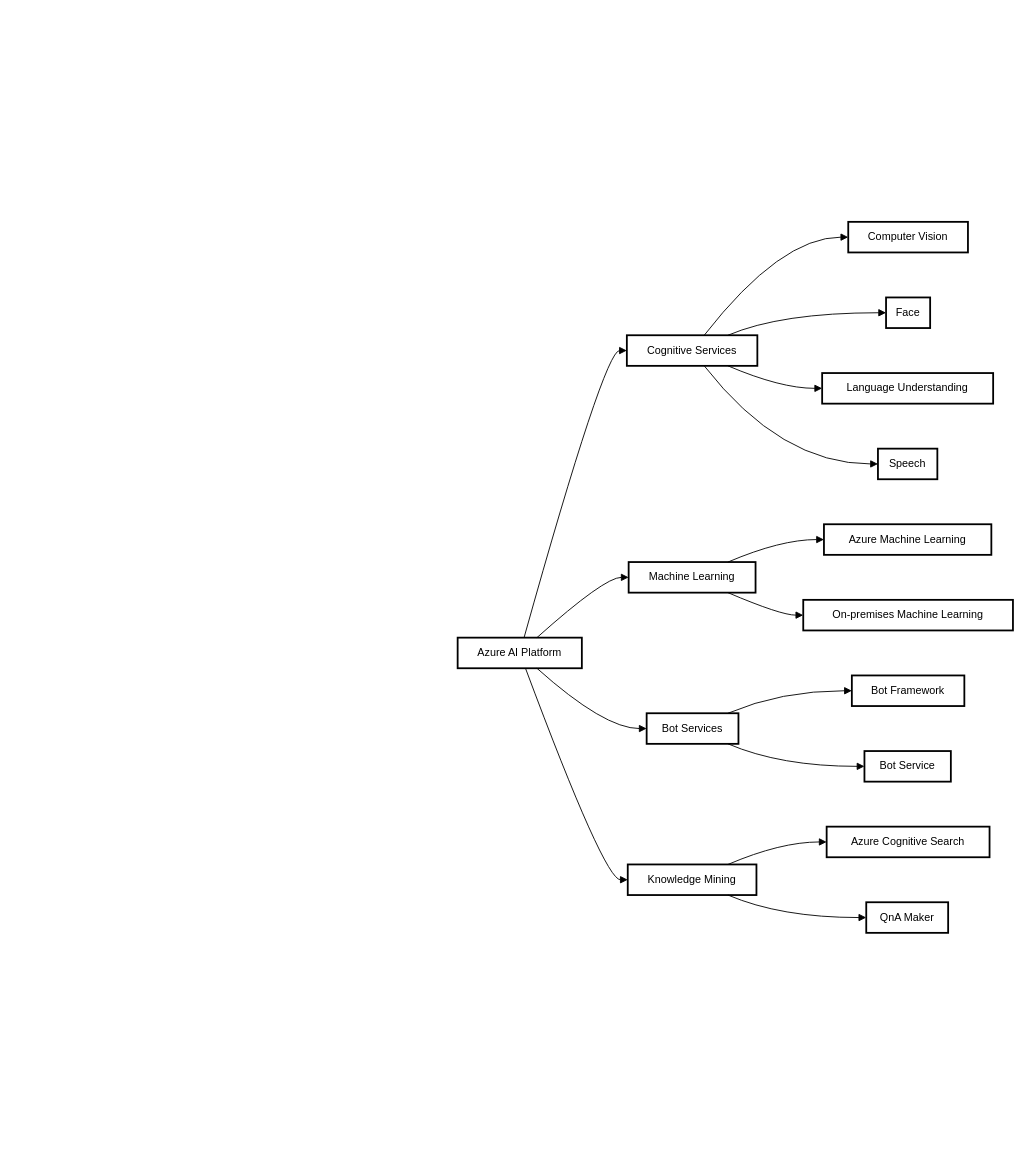
Above: Azure Ai services.drawio in nmaia19/azure-ai (draw.io), before the change. Source tidied: cells renumbered, new cells numbered last; positions are measured from the earlier drawing's top-left corner, leaving out a move shared by most shapes. Both pictures are drawn from the tidied source at 90%, with x=0, y=0 at pixel (457, 221).
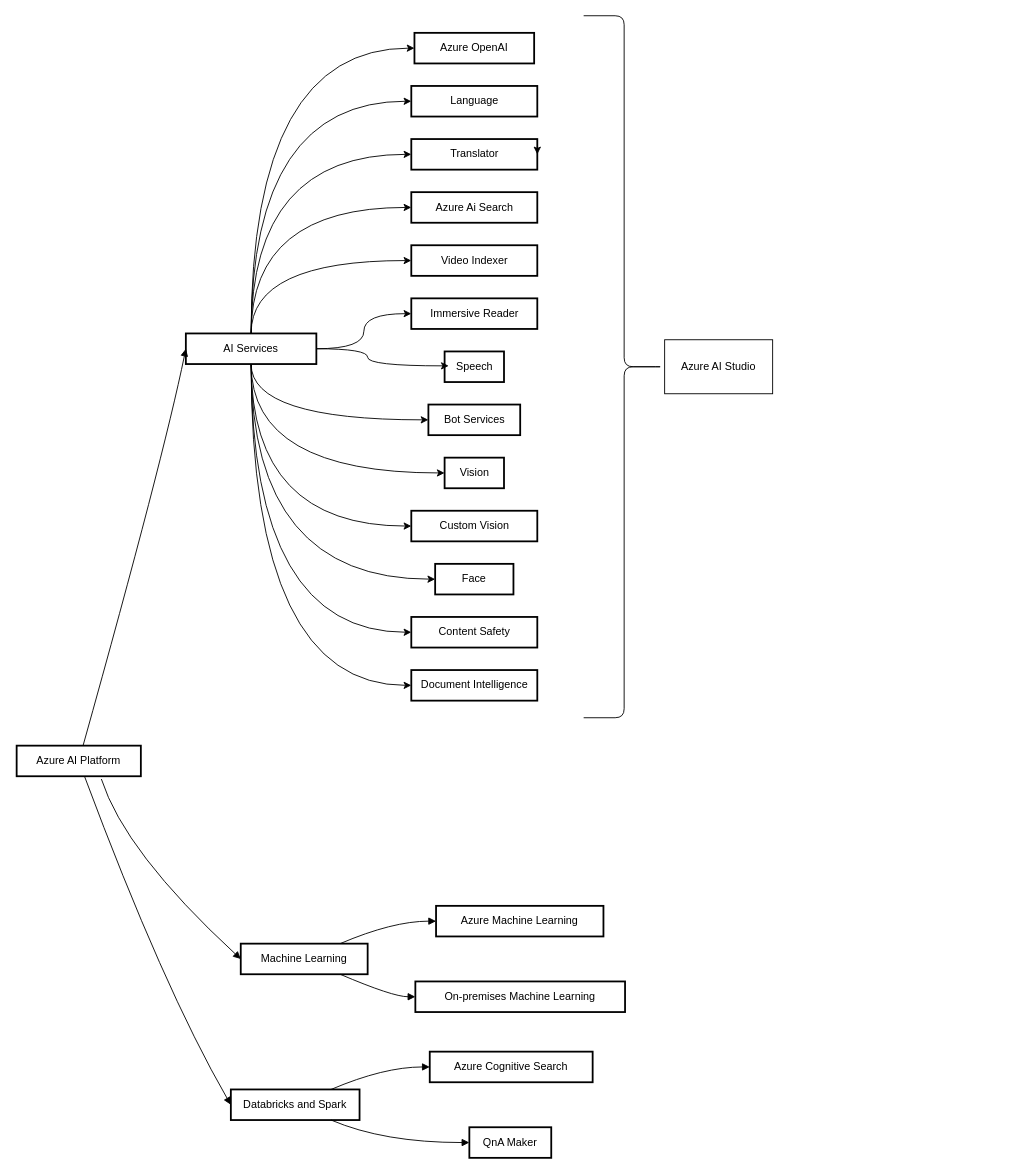
The same page after the edit.

Diff of the diagram source:
```diff
@@
     <mxCell id="2" value="Azure AI Platform" style="whiteSpace=wrap;strokeWidth=2;" parent="1" vertex="1">
-      <mxGeometry y="462" width="138" height="34" as="geometry" />
+      <mxGeometry x="-490" y="582" width="138" height="34" as="geometry" />
     </mxCell>
+    <mxCell id="31" style="edgeStyle=orthogonalEdgeStyle;rounded=0;jettySize=auto;html=1;exitX=0.5;exitY=1;exitDx=0;exitDy=0;entryX=0;entryY=0.5;entryDx=0;entryDy=0;curved=1;" parent="1" edge="1" source="3" target="5">
+      <mxGeometry relative="1" as="geometry" />
+    </mxCell>
+    <mxCell id="32" style="edgeStyle=orthogonalEdgeStyle;rounded=0;jettySize=auto;html=1;entryX=0;entryY=0.5;entryDx=0;entryDy=0;exitX=0.5;exitY=1;exitDx=0;exitDy=0;curved=1;" parent="1" edge="1" source="3" target="45">
+      <mxGeometry relative="1" as="geometry" />
+    </mxCell>
+    <mxCell id="33" style="edgeStyle=orthogonalEdgeStyle;rounded=0;jettySize=auto;html=1;entryX=0;entryY=0.5;entryDx=0;entryDy=0;exitX=0.5;exitY=1;exitDx=0;exitDy=0;curved=1;" parent="1" edge="1" source="3" target="44">
+      <mxGeometry relative="1" as="geometry" />
+    </mxCell>
+    <mxCell id="34" style="edgeStyle=orthogonalEdgeStyle;rounded=0;jettySize=auto;html=1;entryX=0;entryY=0.5;entryDx=0;entryDy=0;exitX=0.5;exitY=1;exitDx=0;exitDy=0;curved=1;" parent="1" edge="1" source="3" target="43">
+      <mxGeometry relative="1" as="geometry" />
+    </mxCell>
+    <mxCell id="35" style="edgeStyle=orthogonalEdgeStyle;rounded=0;jettySize=auto;html=1;entryX=0;entryY=0.5;entryDx=0;entryDy=0;exitX=0.5;exitY=1;exitDx=0;exitDy=0;curved=1;" parent="1" edge="1" source="3" target="42">
+      <mxGeometry relative="1" as="geometry" />
+    </mxCell>
+    <mxCell id="36" style="edgeStyle=orthogonalEdgeStyle;rounded=0;jettySize=auto;html=1;entryX=0;entryY=0.5;entryDx=0;entryDy=0;exitX=0.5;exitY=1;exitDx=0;exitDy=0;curved=1;" parent="1" edge="1" source="3" target="41">
+      <mxGeometry relative="1" as="geometry" />
+    </mxCell>
+    <mxCell id="37" style="edgeStyle=orthogonalEdgeStyle;rounded=0;jettySize=auto;html=1;entryX=0;entryY=0.5;entryDx=0;entryDy=0;curved=1;" parent="1" edge="1" source="3" target="48">
+      <mxGeometry relative="1" as="geometry" />
+    </mxCell>
+    <mxCell id="38" style="edgeStyle=orthogonalEdgeStyle;rounded=0;jettySize=auto;html=1;entryX=0;entryY=0.5;entryDx=0;entryDy=0;curved=1;exitX=0.5;exitY=0;exitDx=0;exitDy=0;" parent="1" edge="1" source="3" target="47">
+      <mxGeometry relative="1" as="geometry" />
+    </mxCell>
+    <mxCell id="39" style="edgeStyle=orthogonalEdgeStyle;rounded=0;jettySize=auto;html=1;entryX=0;entryY=0.5;entryDx=0;entryDy=0;exitX=0.5;exitY=0;exitDx=0;exitDy=0;curved=1;" parent="1" edge="1" source="3" target="46">
+      <mxGeometry relative="1" as="geometry" />
+    </mxCell>
+    <mxCell id="23" style="edgeStyle=orthogonalEdgeStyle;rounded=0;jettySize=auto;html=1;entryX=0;entryY=0.5;entryDx=0;entryDy=0;exitX=0.5;exitY=0;exitDx=0;exitDy=0;curved=1;" parent="1" edge="1" source="3" target="9">
+      <mxGeometry relative="1" as="geometry" />
+    </mxCell>
+    <mxCell id="22" style="edgeStyle=orthogonalEdgeStyle;rounded=0;jettySize=auto;html=1;entryX=0;entryY=0.5;entryDx=0;entryDy=0;exitX=0.5;exitY=0;exitDx=0;exitDy=0;curved=1;" parent="1" edge="1" source="3" target="8">
+      <mxGeometry relative="1" as="geometry" />
+    </mxCell>
+    <mxCell id="21" style="edgeStyle=orthogonalEdgeStyle;rounded=0;jettySize=auto;html=1;entryX=0;entryY=0.5;entryDx=0;entryDy=0;exitX=0.5;exitY=0;exitDx=0;exitDy=0;curved=1;" parent="1" edge="1" source="3" target="7">
+      <mxGeometry relative="1" as="geometry" />
+    </mxCell>
-    <mxCell id="3" value="Cognitive Services" style="whiteSpace=wrap;strokeWidth=2;" parent="1" vertex="1">
-      <mxGeometry x="188" y="126" width="145" height="34" as="geometry" />
+    <mxCell id="3" value="AI Services" style="whiteSpace=wrap;strokeWidth=2;" parent="1" vertex="1">
+      <mxGeometry x="-302" y="124" width="145" height="34" as="geometry" />
     </mxCell>
     <mxCell id="4" value="Machine Learning" style="whiteSpace=wrap;strokeWidth=2;" parent="1" vertex="1">
-      <mxGeometry x="190" y="378" width="141" height="34" as="geometry" />
+      <mxGeometry x="-241" y="802" width="141" height="34" as="geometry" />
     </mxCell>
     <mxCell id="5" value="Bot Services" style="whiteSpace=wrap;strokeWidth=2;" parent="1" vertex="1">
-      <mxGeometry x="210" y="546" width="102" height="34" as="geometry" />
+      <mxGeometry x="-32.5" y="203" width="102" height="34" as="geometry" />
     </mxCell>
-    <mxCell id="6" value="Knowledge Mining" style="whiteSpace=wrap;strokeWidth=2;" parent="1" vertex="1">
-      <mxGeometry x="189" y="714" width="143" height="34" as="geometry" />
+    <mxCell id="6" value="Databricks and Spark" style="whiteSpace=wrap;strokeWidth=2;" parent="1" vertex="1">
+      <mxGeometry x="-252" y="964" width="143" height="34" as="geometry" />
     </mxCell>
-    <mxCell id="7" value="Computer Vision" style="whiteSpace=wrap;strokeWidth=2;" parent="1" vertex="1">
-      <mxGeometry x="434" width="133" height="34" as="geometry" />
+    <mxCell id="7" value="Azure OpenAI" style="whiteSpace=wrap;strokeWidth=2;" parent="1" vertex="1">
+      <mxGeometry x="-48" y="-210" width="133" height="34" as="geometry" />
     </mxCell>
-    <mxCell id="8" value="Face" style="whiteSpace=wrap;strokeWidth=2;" parent="1" vertex="1">
-      <mxGeometry x="476" y="84" width="49" height="34" as="geometry" />
+    <mxCell id="8" value="Language" style="whiteSpace=wrap;strokeWidth=2;" parent="1" vertex="1">
+      <mxGeometry x="-51.5" y="-151" width="140" height="34" as="geometry" />
     </mxCell>
-    <mxCell id="9" value="Language Understanding" style="whiteSpace=wrap;strokeWidth=2;" parent="1" vertex="1">
-      <mxGeometry x="405" y="168" width="190" height="34" as="geometry" />
+    <mxCell id="9" value="Translator" style="whiteSpace=wrap;strokeWidth=2;" parent="1" vertex="1">
+      <mxGeometry x="-51.5" y="-92" width="140" height="34" as="geometry" />
     </mxCell>
     <mxCell id="10" value="Speech" style="whiteSpace=wrap;strokeWidth=2;" parent="1" vertex="1">
-      <mxGeometry x="467" y="252" width="66" height="34" as="geometry" />
+      <mxGeometry x="-14.5" y="144" width="66" height="34" as="geometry" />
     </mxCell>
     <mxCell id="11" value="Azure Machine Learning" style="whiteSpace=wrap;strokeWidth=2;" parent="1" vertex="1">
-      <mxGeometry x="407" y="336" width="186" height="34" as="geometry" />
+      <mxGeometry x="-24" y="760" width="186" height="34" as="geometry" />
     </mxCell>
     <mxCell id="12" value="On-premises Machine Learning" style="whiteSpace=wrap;strokeWidth=2;" parent="1" vertex="1">
-      <mxGeometry x="384" y="420" width="233" height="34" as="geometry" />
+      <mxGeometry x="-47" y="844" width="233" height="34" as="geometry" />
     </mxCell>
-    <mxCell id="13" value="Bot Framework" style="whiteSpace=wrap;strokeWidth=2;" parent="1" vertex="1">
-      <mxGeometry x="438" y="504" width="125" height="34" as="geometry" />
-    </mxCell>
-    <mxCell id="14" value="Bot Service" style="whiteSpace=wrap;strokeWidth=2;" parent="1" vertex="1">
-      <mxGeometry x="452" y="588" width="96" height="34" as="geometry" />
-    </mxCell>
     <mxCell id="15" value="Azure Cognitive Search" style="whiteSpace=wrap;strokeWidth=2;" parent="1" vertex="1">
-      <mxGeometry x="410" y="672" width="181" height="34" as="geometry" />
+      <mxGeometry x="-31" y="922" width="181" height="34" as="geometry" />
     </mxCell>
     <mxCell id="16" value="QnA Maker" style="whiteSpace=wrap;strokeWidth=2;" parent="1" vertex="1">
-      <mxGeometry x="454" y="756" width="91" height="34" as="geometry" />
+      <mxGeometry x="13" y="1006" width="91" height="34" as="geometry" />
     </mxCell>
     <mxCell id="17" style="curved=1;startArrow=none;endArrow=block;exitX=0.5346715912644496;exitY=0;entryX=0.0003771551724137931;entryY=0.5;" parent="1" edge="1" source="2" target="3">
       <mxGeometry relative="1" as="geometry">
         <Array as="points">
-          <mxPoint x="163" y="143" />
+          <mxPoint x="-327" y="263" />
         </Array>
       </mxGeometry>
     </mxCell>
-    <mxCell id="18" style="curved=1;startArrow=none;endArrow=block;exitX=0.6380919357099724;exitY=0;entryX=0.002714982269503546;entryY=0.5;" parent="1" edge="1" source="2" target="4">
+    <mxCell id="18" style="curved=1;startArrow=none;endArrow=block;exitX=0.682;exitY=1.09;entryX=0.002714982269503546;entryY=0.5;exitDx=0;exitDy=0;exitPerimeter=0;" parent="1" edge="1" source="2" target="4">
       <mxGeometry relative="1" as="geometry">
         <Array as="points">
-          <mxPoint x="163" y="395" />
+          <mxPoint x="-370" y="700" />
         </Array>
       </mxGeometry>
     </mxCell>
-    <mxCell id="19" style="curved=1;startArrow=none;endArrow=block;exitX=0.6380919357099724;exitY=1;entryX=-0.004480698529411764;entryY=0.5;" parent="1" edge="1" source="2" target="5">
-      <mxGeometry relative="1" as="geometry">
-        <Array as="points">
-          <mxPoint x="163" y="563" />
-        </Array>
-      </mxGeometry>
-    </mxCell>
     <mxCell id="20" style="curved=1;startArrow=none;endArrow=block;exitX=0.5461627406472854;exitY=1;entryX=0.002458479020979021;entryY=0.5;" parent="1" edge="1" source="2" target="6">
       <mxGeometry relative="1" as="geometry">
         <Array as="points">
-          <mxPoint x="163" y="731" />
+          <mxPoint x="-327" y="851" />
         </Array>
       </mxGeometry>
     </mxCell>
-    <mxCell id="21" style="curved=1;startArrow=none;endArrow=block;exitX=0.5929341133004927;exitY=0;entryX=-0.00017622180451127819;entryY=0.5;" parent="1" edge="1" source="3" target="7">
-      <mxGeometry relative="1" as="geometry">
-        <Array as="points">
-          <mxPoint x="359" y="17" />
-        </Array>
-      </mxGeometry>
-    </mxCell>
-    <mxCell id="22" style="curved=1;startArrow=none;endArrow=block;exitX=0.7748152709359606;exitY=0;entryX=-0.0027901785714285715;entryY=0.5;" parent="1" edge="1" source="3" target="8">
-      <mxGeometry relative="1" as="geometry">
-        <Array as="points">
-          <mxPoint x="359" y="101" />
-        </Array>
-      </mxGeometry>
-    </mxCell>
-    <mxCell id="23" style="curved=1;startArrow=none;endArrow=block;exitX=0.7748152709359606;exitY=1;entryX=0.0006578947368421052;entryY=0.5;" parent="1" edge="1" source="3" target="9">
-      <mxGeometry relative="1" as="geometry">
-        <Array as="points">
-          <mxPoint x="359" y="185" />
-        </Array>
-      </mxGeometry>
-    </mxCell>
-    <mxCell id="24" style="curved=1;startArrow=none;endArrow=block;exitX=0.5929341133004927;exitY=1;entryX=0.0035511363636363635;entryY=0.5;" parent="1" edge="1" source="3" target="10">
-      <mxGeometry relative="1" as="geometry">
-        <Array as="points">
-          <mxPoint x="359" y="269" />
-        </Array>
-      </mxGeometry>
-    </mxCell>
     <mxCell id="25" style="curved=1;startArrow=none;endArrow=block;exitX=0.782611448834853;exitY=0;entryX=0.0002940188172043011;entryY=0.5;" parent="1" edge="1" source="4" target="11">
       <mxGeometry relative="1" as="geometry">
         <Array as="points">
-          <mxPoint x="359" y="353" />
+          <mxPoint x="-72" y="777" />
         </Array>
       </mxGeometry>
     </mxCell>
     <mxCell id="26" style="curved=1;startArrow=none;endArrow=block;exitX=0.782611448834853;exitY=1;entryX=-0.002045332618025751;entryY=0.5;" parent="1" edge="1" source="4" target="12">
       <mxGeometry relative="1" as="geometry">
         <Array as="points">
-          <mxPoint x="359" y="437" />
+          <mxPoint x="-72" y="861" />
         </Array>
       </mxGeometry>
     </mxCell>
-    <mxCell id="27" style="curved=1;startArrow=none;endArrow=block;exitX=0.885766806722689;exitY=0;entryX=-0.000375;entryY=0.5;" parent="1" edge="1" source="5" target="13">
-      <mxGeometry relative="1" as="geometry">
-        <Array as="points">
-          <mxPoint x="359" y="521" />
-        </Array>
-      </mxGeometry>
-    </mxCell>
-    <mxCell id="28" style="curved=1;startArrow=none;endArrow=block;exitX=0.885766806722689;exitY=1;entryX=0.0035807291666666665;entryY=0.5;" parent="1" edge="1" source="5" target="14">
-      <mxGeometry relative="1" as="geometry">
-        <Array as="points">
-          <mxPoint x="359" y="605" />
-        </Array>
-      </mxGeometry>
-    </mxCell>
     <mxCell id="29" style="curved=1;startArrow=none;endArrow=block;exitX=0.7786588411588411;exitY=0;entryX=-0.0023092196132596687;entryY=0.5;" parent="1" edge="1" source="6" target="15">
       <mxGeometry relative="1" as="geometry">
         <Array as="points">
-          <mxPoint x="359" y="689" />
+          <mxPoint x="-82" y="939" />
         </Array>
       </mxGeometry>
     </mxCell>
     <mxCell id="30" style="curved=1;startArrow=none;endArrow=block;exitX=0.7786588411588411;exitY=1;entryX=0.005322802197802198;entryY=0.5;" parent="1" edge="1" source="6" target="16">
       <mxGeometry relative="1" as="geometry">
         <Array as="points">
-          <mxPoint x="359" y="773" />
+          <mxPoint x="-82" y="1023" />
         </Array>
       </mxGeometry>
     </mxCell>
+    <mxCell id="40" style="edgeStyle=orthogonalEdgeStyle;rounded=0;orthogonalLoop=1;jettySize=auto;html=1;exitX=1;exitY=0.25;exitDx=0;exitDy=0;entryX=1;entryY=0.5;entryDx=0;entryDy=0;" parent="1" edge="1" source="9" target="9">
+      <mxGeometry relative="1" as="geometry" />
+    </mxCell>
+    <mxCell id="41" value="Vision" style="whiteSpace=wrap;strokeWidth=2;" parent="1" vertex="1">
+      <mxGeometry x="-14.5" y="262" width="66" height="34" as="geometry" />
+    </mxCell>
+    <mxCell id="42" value="Custom Vision" style="whiteSpace=wrap;strokeWidth=2;" parent="1" vertex="1">
+      <mxGeometry x="-51.5" y="321" width="140" height="34" as="geometry" />
+    </mxCell>
+    <mxCell id="43" value="Face" style="whiteSpace=wrap;strokeWidth=2;" parent="1" vertex="1">
+      <mxGeometry x="-25" y="380" width="87" height="34" as="geometry" />
+    </mxCell>
+    <mxCell id="44" value="Content Safety" style="whiteSpace=wrap;strokeWidth=2;" parent="1" vertex="1">
+      <mxGeometry x="-51.5" y="439" width="140" height="34" as="geometry" />
+    </mxCell>
+    <mxCell id="45" value="Document Intelligence" style="whiteSpace=wrap;strokeWidth=2;" parent="1" vertex="1">
+      <mxGeometry x="-51.5" y="498" width="140" height="34" as="geometry" />
+    </mxCell>
+    <mxCell id="46" value="Azure Ai Search" style="whiteSpace=wrap;strokeWidth=2;" parent="1" vertex="1">
+      <mxGeometry x="-51.5" y="-33" width="140" height="34" as="geometry" />
+    </mxCell>
+    <mxCell id="47" value="Video Indexer" style="whiteSpace=wrap;strokeWidth=2;" parent="1" vertex="1">
+      <mxGeometry x="-51.5" y="26" width="140" height="34" as="geometry" />
+    </mxCell>
+    <mxCell id="48" value="Immersive Reader" style="whiteSpace=wrap;strokeWidth=2;" parent="1" vertex="1">
+      <mxGeometry x="-51.5" y="85" width="140" height="34" as="geometry" />
+    </mxCell>
+    <mxCell id="24" style="edgeStyle=orthogonalEdgeStyle;rounded=0;jettySize=auto;html=1;entryX=0.069;entryY=0.471;entryDx=0;entryDy=0;entryPerimeter=0;curved=1;" parent="1" edge="1" source="3" target="10">
+      <mxGeometry relative="1" as="geometry">
+        <Array as="points">
+          <mxPoint x="-100" y="141" />
+          <mxPoint x="-100" y="160" />
+        </Array>
+      </mxGeometry>
+    </mxCell>
+    <mxCell id="49" style="shape=curlyBracket;whiteSpace=wrap;html=1;rounded=1;flipH=1;labelPosition=right;verticalLabelPosition=middle;align=left;verticalAlign=middle;" parent="1" vertex="1">
+      <mxGeometry x="140" y="-229" width="90" height="780" as="geometry" />
+    </mxCell>
+    <mxCell id="50" value="Azure AI Studio" style="rounded=0;whiteSpace=wrap;html=1;" parent="1" vertex="1">
+      <mxGeometry x="230" y="131" width="120" height="60" as="geometry" />
+    </mxCell>
```
